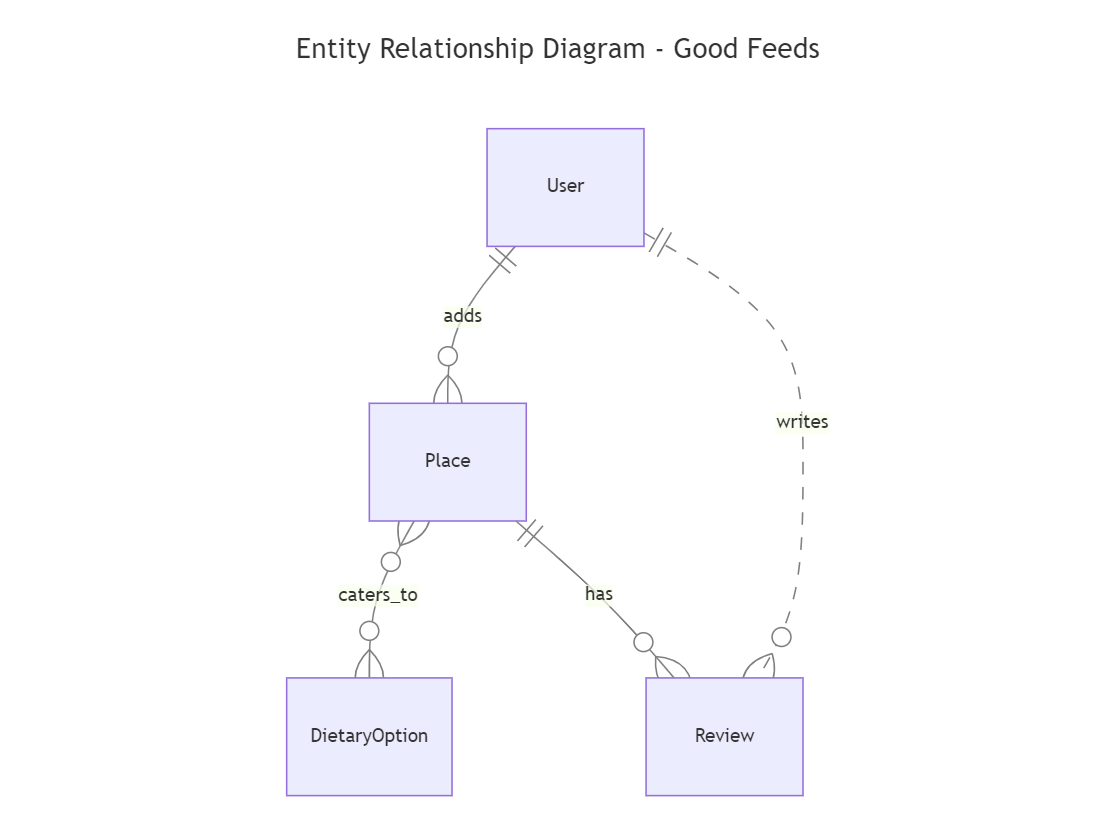
PakkuDon/good-feeds keeps this Mermaid diagram as doc/diagrams/entity-relationship-diagram.png. Above is the earlier version. Its source is kept beside it as doc/diagrams/entity-relationship-diagram.mmd. The source it was exported from:
```mermaid
---
title: Entity Relationship Diagram - Good Feeds
---
erDiagram
    User ||--o{ Place : adds
    Place }o--o{ DietaryOption : caters_to
    Place ||--o{ Review : has
    User ||..o{ Review : writes
```
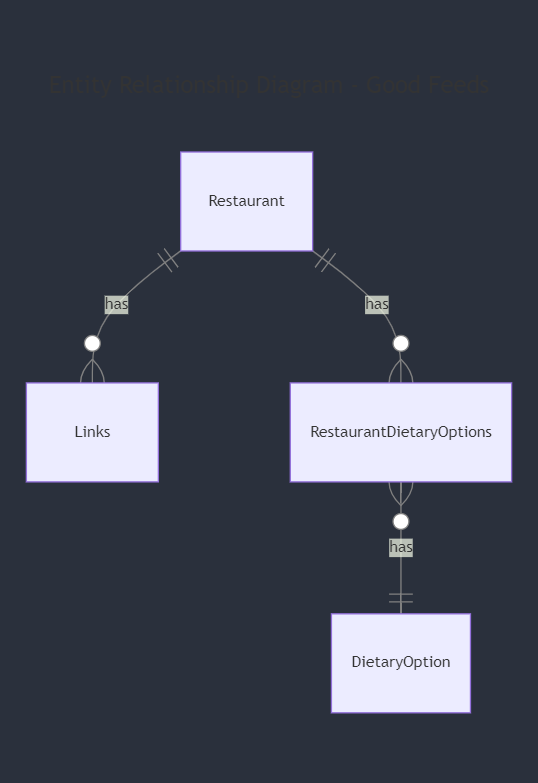
Above is the later version.

Commit message:
Update entity-relationship diagram

The edit, as a diff of the source:
```diff
@@ -2,7 +2,6 @@
 title: Entity Relationship Diagram - Good Feeds
 ---
 erDiagram
-    User ||--o{ Place : adds
-    Place }o--o{ DietaryOption : caters_to
-    Place ||--o{ Review : has
-    User ||..o{ Review : writes
+    Restaurant ||--o{ Links : has
+    Restaurant ||--o{ RestaurantDietaryOptions : has
+    RestaurantDietaryOptions }o--|| DietaryOption : has
```
